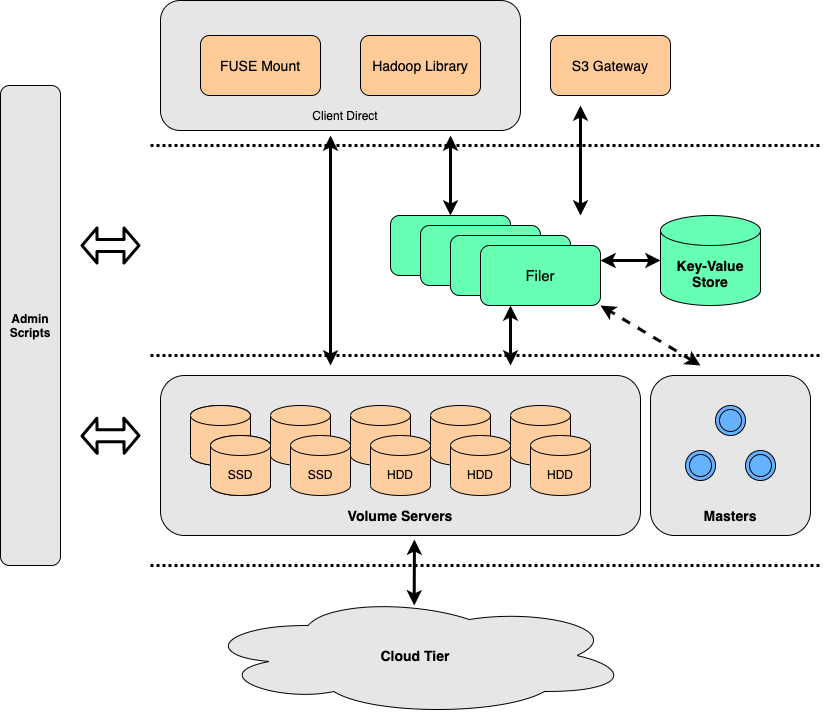
Before: note/SeaweedFS_Architecture.png, a diagram exported from draw.io (seaweedfs/seaweedfs). Source tidied: cells renumbered, new cells last; positions are measured from the earlier drawing's top-left corner, leaving out a move shared by most shapes.
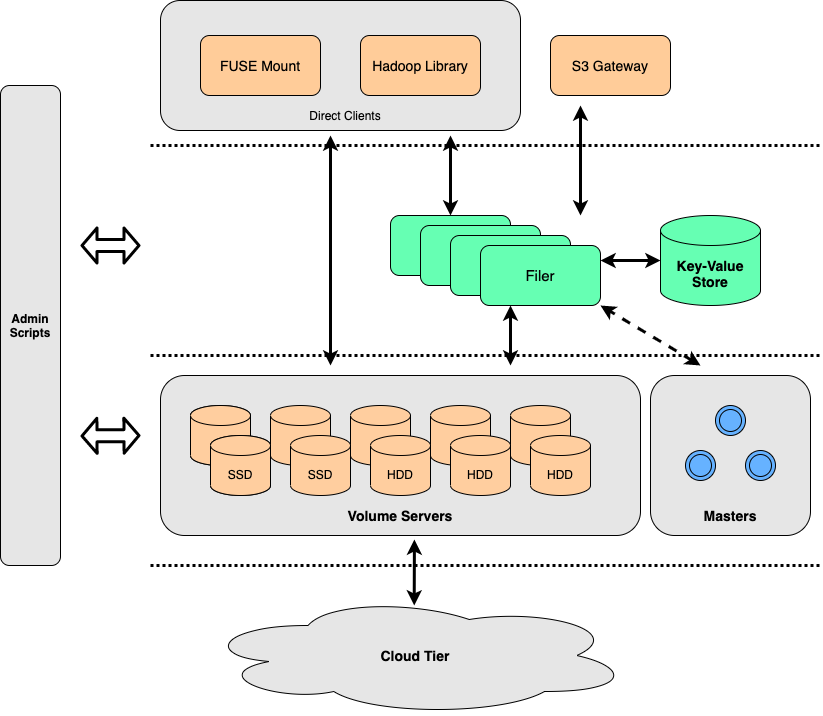
The same diagram one commit later.

What changed in the source:
```diff
@@ -92,7 +92,7 @@
     <mxCell id="29" value="&lt;font style=&quot;font-size: 14px&quot;&gt;FUSE Mount&lt;/font&gt;" style="rounded=1;whiteSpace=wrap;html=1;fillColor=#FFCC99;" parent="1" vertex="1">
       <mxGeometry x="200" y="35" width="120" height="60" as="geometry" />
     </mxCell>
-    <mxCell id="30" value="Client Direct" style="text;html=1;strokeColor=none;fillColor=none;align=center;verticalAlign=middle;whiteSpace=wrap;rounded=0;" parent="1" vertex="1">
+    <mxCell id="30" value="Direct Clients" style="text;html=1;strokeColor=none;fillColor=none;align=center;verticalAlign=middle;whiteSpace=wrap;rounded=0;" parent="1" vertex="1">
       <mxGeometry x="270" y="105" width="150" height="20" as="geometry" />
     </mxCell>
     <mxCell id="31" style="endArrow=classic;startArrow=classic;html=1;strokeWidth=3;" parent="1" edge="1">
```
